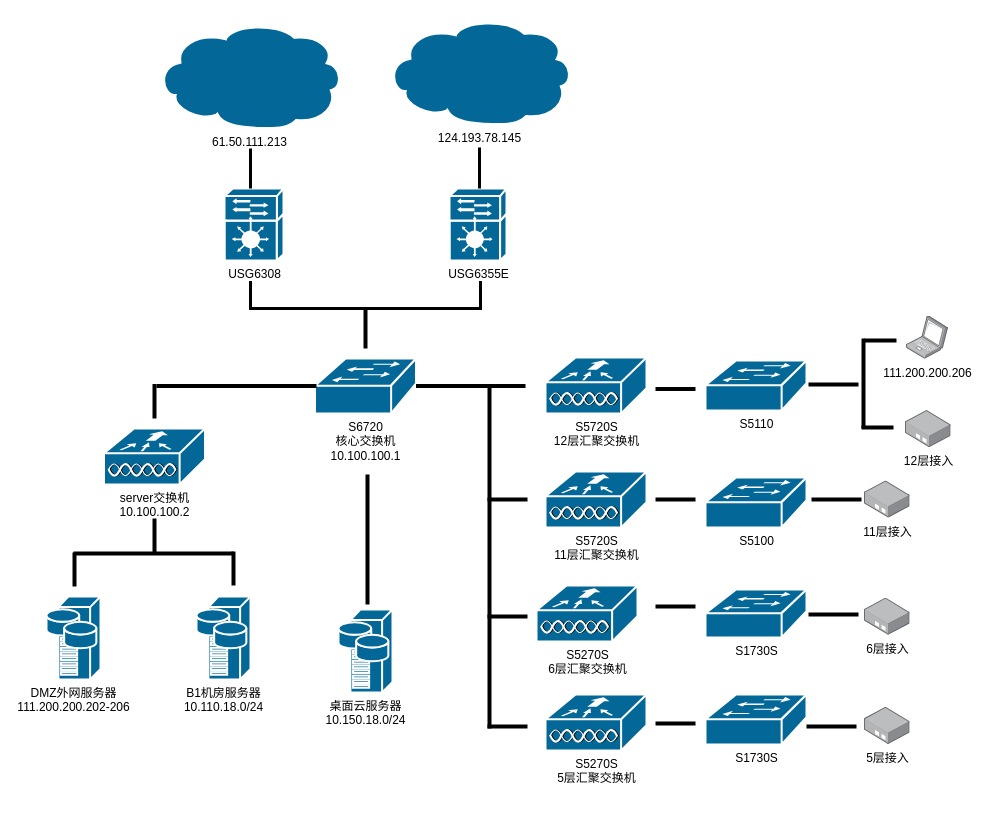
This is 未命名绘图.drawio from yangzhi880729/test, a draw.io file, before an edit. Source tidied: cells renumbered, new cells numbered last; positions are measured from the earlier drawing's top-left corner, leaving out a move shared by most shapes. Both pictures are drawn from the tidied source at 100%, with x=0, y=0 at pixel (46, 18).
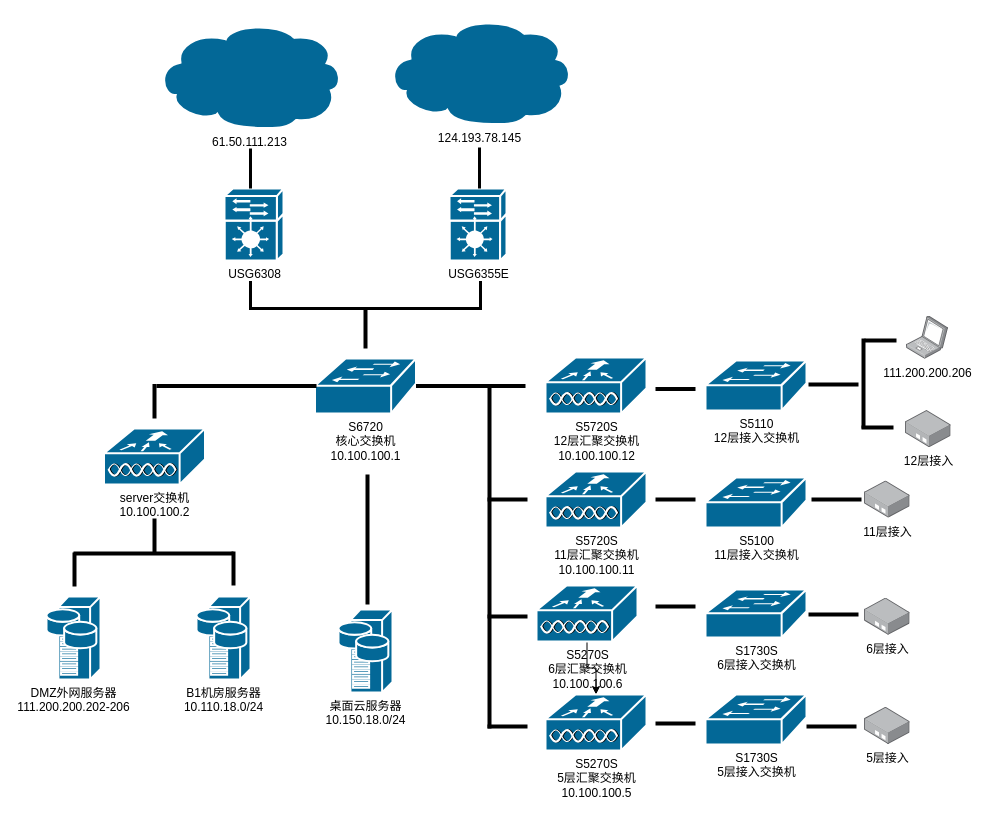
The same diagram, later.

Commit message:
更新未命名绘图.drawio

Diff of the diagram source:
```diff
@@
-    <mxCell id="7" value="S5720S&lt;br&gt;12层汇聚交换机" style="shape=mxgraph.cisco.wireless.wlan_controller;html=1;dashed=0;fillColor=#036897;strokeColor=#ffffff;strokeWidth=2;verticalLabelPosition=bottom;verticalAlign=top;align=center;" parent="1" vertex="1">
+    <mxCell id="7" value="S5720S &lt;br&gt;12层汇聚交换机&lt;br&gt;10.100.100.12&lt;br&gt;" style="shape=mxgraph.cisco.wireless.wlan_controller;html=1;dashed=0;fillColor=#036897;strokeColor=#ffffff;strokeWidth=2;verticalLabelPosition=bottom;verticalAlign=top;align=center;" parent="1" vertex="1">
       <mxGeometry x="499" y="339" width="101" height="56" as="geometry" />
     </mxCell>
@@
-    <mxCell id="17" value="S5720S&lt;br&gt;11层汇聚交换机" style="shape=mxgraph.cisco.wireless.wlan_controller;html=1;dashed=0;fillColor=#036897;strokeColor=#ffffff;strokeWidth=2;verticalLabelPosition=bottom;verticalAlign=top;align=center;" parent="1" vertex="1">
+    <mxCell id="17" value="S5720S &lt;br&gt;11层汇聚交换机&lt;br&gt;10.100.100.11&lt;br&gt;" style="shape=mxgraph.cisco.wireless.wlan_controller;html=1;dashed=0;fillColor=#036897;strokeColor=#ffffff;strokeWidth=2;verticalLabelPosition=bottom;verticalAlign=top;align=center;" parent="1" vertex="1">
       <mxGeometry x="499" y="453" width="101" height="56" as="geometry" />
     </mxCell>
@@
+    <mxCell id="51" style="edgeStyle=orthogonalEdgeStyle;rounded=0;jettySize=auto;html=1;" parent="1" edge="1" source="24" target="25">
+      <mxGeometry relative="1" as="geometry" />
+    </mxCell>
-    <mxCell id="24" value="S5270S&lt;br&gt;6层汇聚交换机" style="shape=mxgraph.cisco.wireless.wlan_controller;html=1;dashed=0;fillColor=#036897;strokeColor=#ffffff;strokeWidth=2;verticalLabelPosition=bottom;verticalAlign=top;align=center;outlineConnect=0;" parent="1" vertex="1">
+    <mxCell id="24" value="S5270S &lt;br&gt;6层汇聚交换机&lt;br&gt;10.100.100.6&lt;br&gt;" style="shape=mxgraph.cisco.wireless.wlan_controller;html=1;dashed=0;fillColor=#036897;strokeColor=#ffffff;strokeWidth=2;verticalLabelPosition=bottom;verticalAlign=top;align=center;outlineConnect=0;" parent="1" vertex="1">
       <mxGeometry x="490" y="567" width="101" height="56" as="geometry" />
     </mxCell>
-    <mxCell id="25" value="S5270S&lt;br&gt;5层汇聚交换机" style="shape=mxgraph.cisco.wireless.wlan_controller;html=1;dashed=0;fillColor=#036897;strokeColor=#ffffff;strokeWidth=2;verticalLabelPosition=bottom;verticalAlign=top;align=center;outlineConnect=0;" parent="1" vertex="1">
+    <mxCell id="25" value="S5270S &lt;br&gt;5层汇聚交换机&lt;br&gt;10.100.100.5&lt;br&gt;" style="shape=mxgraph.cisco.wireless.wlan_controller;html=1;dashed=0;fillColor=#036897;strokeColor=#ffffff;strokeWidth=2;verticalLabelPosition=bottom;verticalAlign=top;align=center;outlineConnect=0;" parent="1" vertex="1">
       <mxGeometry x="499" y="676" width="101" height="56" as="geometry" />
     </mxCell>
@@
-    <mxCell id="35" value="S5110" style="shape=mxgraph.cisco.switches.workgroup_switch;html=1;dashed=0;fillColor=#036897;strokeColor=#ffffff;strokeWidth=2;verticalLabelPosition=bottom;verticalAlign=top;align=center;" parent="1" vertex="1">
+    <mxCell id="35" value="S5110&lt;br&gt;12层接入交换机&lt;br&gt;" style="shape=mxgraph.cisco.switches.workgroup_switch;html=1;dashed=0;fillColor=#036897;strokeColor=#ffffff;strokeWidth=2;verticalLabelPosition=bottom;verticalAlign=top;align=center;" parent="1" vertex="1">
       <mxGeometry x="659" y="342" width="101" height="50" as="geometry" />
     </mxCell>
-    <mxCell id="36" value="S5100" style="shape=mxgraph.cisco.switches.workgroup_switch;html=1;dashed=0;fillColor=#036897;strokeColor=#ffffff;strokeWidth=2;verticalLabelPosition=bottom;verticalAlign=top;align=center;" parent="1" vertex="1">
+    <mxCell id="36" value="S5100&lt;br&gt;11层接入交换机&lt;br&gt;" style="shape=mxgraph.cisco.switches.workgroup_switch;html=1;dashed=0;fillColor=#036897;strokeColor=#ffffff;strokeWidth=2;verticalLabelPosition=bottom;verticalAlign=top;align=center;" parent="1" vertex="1">
       <mxGeometry x="659" y="459" width="101" height="50" as="geometry" />
     </mxCell>
-    <mxCell id="37" value="S1730S" style="shape=mxgraph.cisco.switches.workgroup_switch;html=1;dashed=0;fillColor=#036897;strokeColor=#ffffff;strokeWidth=2;verticalLabelPosition=bottom;verticalAlign=top;align=center;" parent="1" vertex="1">
+    <mxCell id="37" value="S1730S&lt;br&gt;6层接入交换机&lt;br&gt;" style="shape=mxgraph.cisco.switches.workgroup_switch;html=1;dashed=0;fillColor=#036897;strokeColor=#ffffff;strokeWidth=2;verticalLabelPosition=bottom;verticalAlign=top;align=center;" parent="1" vertex="1">
       <mxGeometry x="659" y="571" width="101" height="48" as="geometry" />
     </mxCell>
-    <mxCell id="38" value="S1730S" style="shape=mxgraph.cisco.switches.workgroup_switch;html=1;dashed=0;fillColor=#036897;strokeColor=#ffffff;strokeWidth=2;verticalLabelPosition=bottom;verticalAlign=top;align=center;" parent="1" vertex="1">
+    <mxCell id="38" value="S1730S&lt;br&gt;5层接入交换机&lt;br&gt;" style="shape=mxgraph.cisco.switches.workgroup_switch;html=1;dashed=0;fillColor=#036897;strokeColor=#ffffff;strokeWidth=2;verticalLabelPosition=bottom;verticalAlign=top;align=center;" parent="1" vertex="1">
       <mxGeometry x="659" y="676" width="101" height="50" as="geometry" />
     </mxCell>
```
